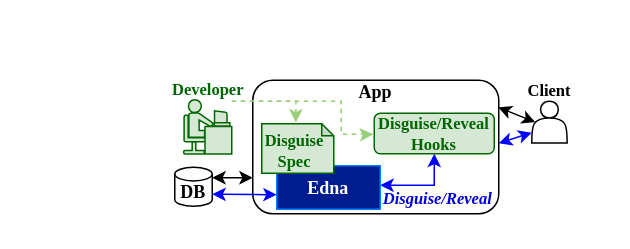
The draw.io diagram page "Overview" (2 of 21) of thesis/figs/edna.drawio in tslilyai/thesis, before the edit. Source tidied: cells renumbered, new cells numbered last; positions are measured from the earlier drawing's top-left corner, leaving out a move shared by most shapes. Both pictures are drawn from the tidied source at 150%, with x=0, y=0 at pixel (174, 80).
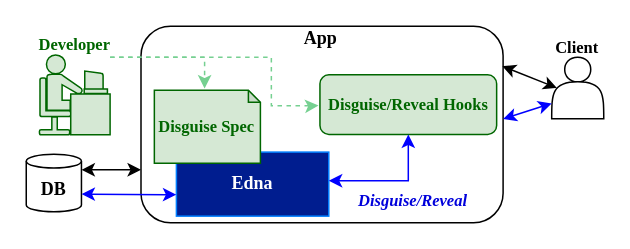
The same diagram, later.

Change to the diagram source:
```diff
@@
+    <mxCell id="17" style="group;" parent="1" vertex="1">
+      <mxGeometry x="-99" y="-36" width="385" height="131" as="geometry" />
+    </mxCell>
-    <mxCell id="2" value="&lt;div&gt;App&lt;/div&gt;" style="rounded=1;whiteSpace=wrap;html=1;fillColor=none;fontSize=12;align=center;spacing=-4;spacingLeft=0;fontFamily=Times New Roman;fontStyle=1;spacingBottom=2;verticalAlign=top;" parent="1" vertex="1">
-      <mxGeometry x="52" width="164" height="89" as="geometry" />
+    <mxCell id="2" value="&lt;div&gt;App&lt;/div&gt;" style="rounded=1;whiteSpace=wrap;html=1;fillColor=none;fontSize=12;align=center;spacing=-4;spacingLeft=0;fontFamily=Times New Roman;fontStyle=1;spacingBottom=2;verticalAlign=top;" parent="17" vertex="1">
+      <mxGeometry x="76.5" width="241.4" height="131" as="geometry" />
     </mxCell>
-    <mxCell id="3" style="edgeStyle=orthogonalEdgeStyle;rounded=0;jettySize=auto;html=1;fontSize=12;startArrow=none;startFill=0;fontFamily=Times New Roman;fontStyle=1;fontColor=none;strokeColor=#97D077;noLabel=1;endArrow=classic;endFill=1;dashed=1;entryX=0.474;entryY=-0.024;entryDx=0;entryDy=0;entryPerimeter=0;" parent="1" edge="1" source="13" target="9">
-      <mxGeometry relative="1" as="geometry">
-        <Array as="points">
-          <mxPoint x="81" y="14" />
-        </Array>
-      </mxGeometry>
-    </mxCell>
-    <mxCell id="4" style="edgeStyle=orthogonalEdgeStyle;rounded=0;jettySize=auto;html=1;fontSize=12;startArrow=classic;startFill=1;fontFamily=Times New Roman;fontStyle=1;fontColor=none;strokeColor=#0000FF;noLabel=1;endArrow=classic;endFill=1;entryX=0.5;entryY=1;entryDx=0;entryDy=0;" parent="1" edge="1" source="6" target="12">
-      <mxGeometry relative="1" as="geometry">
-        <Array as="points">
-          <mxPoint x="173" y="70" />
-        </Array>
-      </mxGeometry>
-    </mxCell>
-    <mxCell id="5" value="DB" style="shape=cylinder3;whiteSpace=wrap;html=1;boundedLbl=1;backgroundOutline=1;size=4.555555555555543;fillColor=none;fontSize=12;fontFamily=Times New Roman;fontStyle=1;" parent="1" vertex="1">
-      <mxGeometry y="58" width="25" height="26" as="geometry" />
+    <mxCell id="5" value="DB" style="shape=cylinder3;whiteSpace=wrap;html=1;boundedLbl=1;backgroundOutline=1;size=4.555555555555543;fillColor=none;fontSize=12;fontFamily=Times New Roman;fontStyle=1;" parent="17" vertex="1">
+      <mxGeometry y="85.4" width="36.8" height="38.3" as="geometry" />
     </mxCell>
-    <mxCell id="6" value="&lt;div style=&quot;font-size: 12px;&quot;&gt;Edna&lt;/div&gt;" style="rounded=0;whiteSpace=wrap;html=1;fillColor=#001D8F;fontSize=12;flipV=1;horizontal=1;verticalAlign=middle;fontFamily=Times New Roman;fontStyle=1;spacing=-2;strokeColor=#007FFF;fontColor=#FFFFFF;" parent="1" vertex="1">
-      <mxGeometry x="68" y="57" width="69" height="29" as="geometry" />
+    <mxCell id="6" value="&lt;div style=&quot;font-size: 12px;&quot;&gt;Edna&lt;/div&gt;" style="rounded=0;whiteSpace=wrap;html=1;fillColor=#001D8F;fontSize=12;flipV=1;horizontal=1;verticalAlign=middle;fontFamily=Times New Roman;fontStyle=1;spacing=-2;strokeColor=#007FFF;fontColor=#FFFFFF;" parent="17" vertex="1">
+      <mxGeometry x="100.1" y="83.9" width="101.6" height="42.7" as="geometry" />
     </mxCell>
-    <mxCell id="7" value="&lt;div&gt;Disguise/Reveal&lt;/div&gt;" style="text;html=1;strokeColor=none;fillColor=none;align=center;verticalAlign=middle;whiteSpace=wrap;rounded=0;fontSize=11;fontColor=#0000DB;labelBackgroundColor=none;fontStyle=3;fontFamily=Times New Roman;gradientColor=none;" parent="1" vertex="1">
-      <mxGeometry x="164" y="74" width="23" height="10" as="geometry" />
+    <mxCell id="7" value="&lt;div&gt;Disguise/Reveal&lt;/div&gt;" style="text;html=1;strokeColor=none;fillColor=none;align=center;verticalAlign=middle;whiteSpace=wrap;rounded=0;fontSize=11;fontColor=#0000DB;labelBackgroundColor=none;fontStyle=3;fontFamily=Times New Roman;gradientColor=none;" parent="17" vertex="1">
+      <mxGeometry x="241.4" y="108.9" width="33.9" height="14.7" as="geometry" />
     </mxCell>
-    <mxCell id="8" style="endArrow=classic;html=1;strokeWidth=1;fontSize=12;fontColor=#000000;entryX=1;entryY=0.5;entryDx=0;entryDy=0;entryPerimeter=0;startArrow=classic;startFill=1;fontFamily=Times New Roman;fontStyle=1;strokeColor=#0000FF;" parent="1" edge="1">
+    <mxCell id="8" style="endArrow=classic;html=1;strokeWidth=1;fontSize=12;fontColor=#000000;entryX=1;entryY=0.5;entryDx=0;entryDy=0;entryPerimeter=0;startArrow=classic;startFill=1;fontFamily=Times New Roman;fontStyle=1;strokeColor=#0000FF;" parent="17" edge="1">
       <mxGeometry relative="1" as="geometry">
-        <mxPoint x="68" y="76.3" as="sourcePoint" />
-        <mxPoint x="25" y="76" as="targetPoint" />
+        <mxPoint x="100.1" y="112.3" as="sourcePoint" />
+        <mxPoint x="36.8" y="111.9" as="targetPoint" />
       </mxGeometry>
     </mxCell>
-    <mxCell id="9" value="Disguise Spec" style="shape=note;whiteSpace=wrap;html=1;backgroundOutline=1;darkOpacity=0.05;size=8;labelBackgroundColor=none;fontSize=11;fontFamily=Times New Roman;fontStyle=1;fillColor=#d5e8d4;strokeColor=#006600;spacing=0;spacingLeft=-4;fontColor=#006600;spacingBottom=-2;" parent="1" vertex="1">
-      <mxGeometry x="58" y="29" width="48" height="33" as="geometry" />
+    <mxCell id="9" value="&lt;p style=&quot;line-height: 100%;&quot;&gt;Disguise Spec&lt;/p&gt;" style="shape=note;whiteSpace=wrap;html=1;backgroundOutline=1;darkOpacity=0.05;size=8;labelBackgroundColor=none;fontSize=11;fontFamily=Times New Roman;fontStyle=1;fillColor=#d5e8d4;strokeColor=#006600;spacing=0;spacingLeft=0;fontColor=#006600;spacingBottom=0;align=center;" parent="17" vertex="1">
+      <mxGeometry x="85.4" y="42.7" width="70.7" height="48.6" as="geometry" />
     </mxCell>
-    <mxCell id="10" value="&lt;div style=&quot;font-size: 11px;&quot;&gt;Client&lt;/div&gt;" style="shape=actor;whiteSpace=wrap;html=1;labelBackgroundColor=none;fontSize=11;fontColor=#000000;strokeColor=default;strokeWidth=1;fillColor=none;gradientColor=#ffffff;labelPosition=center;verticalLabelPosition=top;align=center;verticalAlign=bottom;fontStyle=1;spacing=0;fontFamily=Times New Roman;" parent="1" vertex="1">
-      <mxGeometry x="238" y="14" width="23.6" height="27.9" as="geometry" />
+    <mxCell id="10" value="&lt;div style=&quot;font-size: 11px;&quot;&gt;Client&lt;/div&gt;" style="shape=actor;whiteSpace=wrap;html=1;labelBackgroundColor=none;fontSize=11;fontColor=#000000;strokeColor=default;strokeWidth=1;fillColor=none;gradientColor=#ffffff;labelPosition=center;verticalLabelPosition=top;align=center;verticalAlign=bottom;fontStyle=1;spacing=0;fontFamily=Times New Roman;" parent="17" vertex="1">
+      <mxGeometry x="350.3" y="20.6" width="34.7" height="41.1" as="geometry" />
     </mxCell>
-    <mxCell id="11" style="endArrow=classic;html=1;strokeWidth=1;fontSize=12;fontColor=#000000;startArrow=classic;startFill=1;exitX=0.1;exitY=0.5;exitDx=0;exitDy=0;fontFamily=Times New Roman;fontStyle=1;entryX=0.998;entryY=0.203;entryDx=0;entryDy=0;exitPerimeter=0;entryPerimeter=0;" parent="1" edge="1" source="10" target="2">
+    <mxCell id="11" style="endArrow=classic;html=1;strokeWidth=1;fontSize=12;fontColor=#000000;startArrow=classic;startFill=1;exitX=0.1;exitY=0.5;exitDx=0;exitDy=0;fontFamily=Times New Roman;fontStyle=1;entryX=0.998;entryY=0.203;entryDx=0;entryDy=0;exitPerimeter=0;entryPerimeter=0;" parent="17" edge="1" source="10" target="2">
       <mxGeometry relative="1" as="geometry" />
     </mxCell>
-    <mxCell id="12" value="Disguise/Reveal Hooks" style="rounded=1;whiteSpace=wrap;html=1;fillColor=#d5e8d4;fontSize=11;align=center;spacing=0;spacingLeft=0;fontFamily=Times New Roman;fontStyle=1;spacingBottom=-1;verticalAlign=middle;strokeColor=#006600;fontColor=#006600;" parent="1" vertex="1">
-      <mxGeometry x="133" y="22" width="80" height="27" as="geometry" />
+    <mxCell id="12" value="Disguise/Reveal Hooks" style="rounded=1;whiteSpace=wrap;html=1;fillColor=#d5e8d4;fontSize=11;align=center;spacing=0;spacingLeft=0;fontFamily=Times New Roman;fontStyle=1;spacingBottom=0;verticalAlign=middle;strokeColor=#006600;fontColor=#006600;" parent="17" vertex="1">
+      <mxGeometry x="195.8" y="32.4" width="117.8" height="39.7" as="geometry" />
     </mxCell>
+    <mxCell id="4" style="edgeStyle=orthogonalEdgeStyle;rounded=0;jettySize=auto;html=1;fontSize=12;startArrow=classic;startFill=1;fontFamily=Times New Roman;fontStyle=1;fontColor=none;strokeColor=#0000FF;noLabel=1;endArrow=classic;endFill=1;entryX=0.5;entryY=1;entryDx=0;entryDy=0;" parent="17" edge="1" source="6" target="12">
+      <mxGeometry relative="1" as="geometry">
+        <Array as="points">
+          <mxPoint x="254.6" y="103" />
+        </Array>
+      </mxGeometry>
+    </mxCell>
-    <mxCell id="13" value="&lt;div&gt;&lt;b&gt;Developer&lt;/b&gt;&lt;/div&gt;" style="shape=mxgraph.cisco.people.androgenous_person;html=1;dashed=0;fillColor=#d5e8d4;strokeColor=#006600;strokeWidth=1;verticalLabelPosition=top;verticalAlign=bottom;align=center;outlineConnect=0;labelBackgroundColor=none;fontFamily=Times New Roman;fontSize=11;labelPosition=center;spacing=0;fontColor=#006600;" parent="1" vertex="1">
-      <mxGeometry x="6" y="13" width="32" height="36.2" as="geometry" />
+    <mxCell id="13" value="&lt;div&gt;&lt;b&gt;Developer&lt;/b&gt;&lt;/div&gt;" style="shape=mxgraph.cisco.people.androgenous_person;html=1;dashed=0;fillColor=#d5e8d4;strokeColor=#006600;strokeWidth=1;verticalLabelPosition=top;verticalAlign=bottom;align=center;outlineConnect=0;labelBackgroundColor=none;fontFamily=Times New Roman;fontSize=11;labelPosition=center;spacing=0;fontColor=#006600;" parent="17" vertex="1">
+      <mxGeometry x="8.8" y="19.1" width="47.1" height="53.3" as="geometry" />
     </mxCell>
-    <mxCell id="14" style="endArrow=classic;html=1;strokeWidth=1;fontSize=12;fontColor=#000000;startArrow=classic;startFill=1;fontFamily=Times New Roman;fontStyle=1;strokeColor=#0000FF;exitX=0;exitY=0.75;exitDx=0;exitDy=0;" parent="1" edge="1" source="10">
+    <mxCell id="14" style="endArrow=classic;html=1;strokeWidth=1;fontSize=12;fontColor=#000000;startArrow=classic;startFill=1;fontFamily=Times New Roman;fontStyle=1;strokeColor=#0000FF;exitX=0;exitY=0.75;exitDx=0;exitDy=0;" parent="17" edge="1" source="10">
       <mxGeometry relative="1" as="geometry">
-        <mxPoint x="216" y="42" as="targetPoint" />
+        <mxPoint x="317.9" y="61.8" as="targetPoint" />
       </mxGeometry>
     </mxCell>
-    <mxCell id="15" style="edgeStyle=orthogonalEdgeStyle;rounded=0;jettySize=auto;html=1;fontSize=12;startArrow=none;startFill=0;fontFamily=Times New Roman;fontStyle=1;fontColor=none;strokeColor=#97D077;noLabel=1;endArrow=classic;endFill=1;dashed=1;entryX=-0.008;entryY=0.516;entryDx=0;entryDy=0;entryPerimeter=0;" parent="1" edge="1" source="13" target="12">
+    <mxCell id="15" style="edgeStyle=orthogonalEdgeStyle;rounded=0;jettySize=auto;html=1;fontSize=12;startArrow=none;startFill=0;fontFamily=Times New Roman;fontStyle=1;fontColor=none;strokeColor=#76d091;noLabel=1;endArrow=classic;endFill=1;dashed=1;entryX=-0.008;entryY=0.516;entryDx=0;entryDy=0;entryPerimeter=0;strokeWidth=1;" parent="17" edge="1" source="13" target="12">
       <mxGeometry relative="1" as="geometry">
         <Array as="points">
-          <mxPoint x="111" y="14" />
-          <mxPoint x="111" y="36" />
-          <mxPoint x="131" y="36" />
+          <mxPoint x="163.4" y="20.6" />
+          <mxPoint x="163.4" y="53" />
+          <mxPoint x="192.8" y="53" />
         </Array>
       </mxGeometry>
     </mxCell>
-    <mxCell id="16" style="endArrow=classic;html=1;strokeWidth=1;fontSize=12;fontColor=#000000;startArrow=classic;startFill=1;fontFamily=Times New Roman;fontStyle=1;strokeColor=#000000;" parent="1" edge="1">
+    <mxCell id="16" style="endArrow=classic;html=1;strokeWidth=1;fontSize=12;fontColor=#000000;startArrow=classic;startFill=1;fontFamily=Times New Roman;fontStyle=1;strokeColor=#000000;" parent="17" edge="1">
       <mxGeometry relative="1" as="geometry">
-        <mxPoint x="52" y="65" as="sourcePoint" />
-        <mxPoint x="25" y="65" as="targetPoint" />
+        <mxPoint x="76.5" y="95.7" as="sourcePoint" />
+        <mxPoint x="36.8" y="95.7" as="targetPoint" />
       </mxGeometry>
     </mxCell>
+    <mxCell id="3" style="edgeStyle=orthogonalEdgeStyle;rounded=0;jettySize=auto;html=1;fontSize=12;startArrow=none;startFill=0;fontFamily=Times New Roman;fontStyle=1;fontColor=none;strokeColor=#76d091;noLabel=1;endArrow=classic;endFill=1;dashed=1;entryX=0.474;entryY=-0.024;entryDx=0;entryDy=0;entryPerimeter=0;strokeWidth=1;" parent="17" edge="1" source="13" target="9">
+      <mxGeometry relative="1" as="geometry">
+        <Array as="points">
+          <mxPoint x="119.2" y="20.6" />
+        </Array>
+      </mxGeometry>
+    </mxCell>
```
